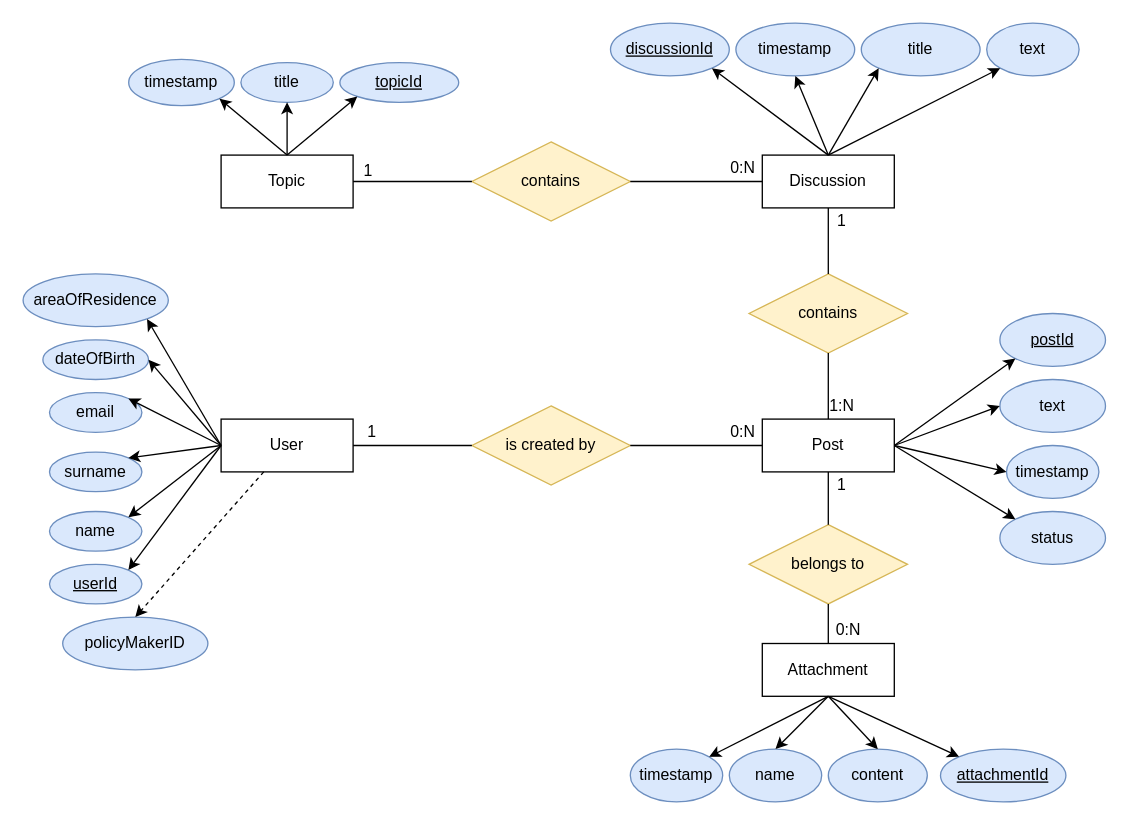
This is page "Forum" (1 of 2) of DD Diagrams/ERDiagram.drawio from matteovisotto/SE2-CecchettoSirianiVisotto, a draw.io file, before an edit. Source tidied: cells renumbered, new cells numbered last; positions are measured from the earlier drawing's top-left corner, leaving out a move shared by most shapes. Both pictures are drawn from the tidied source at 132%, with x=0, y=0 at pixel (22, 22).
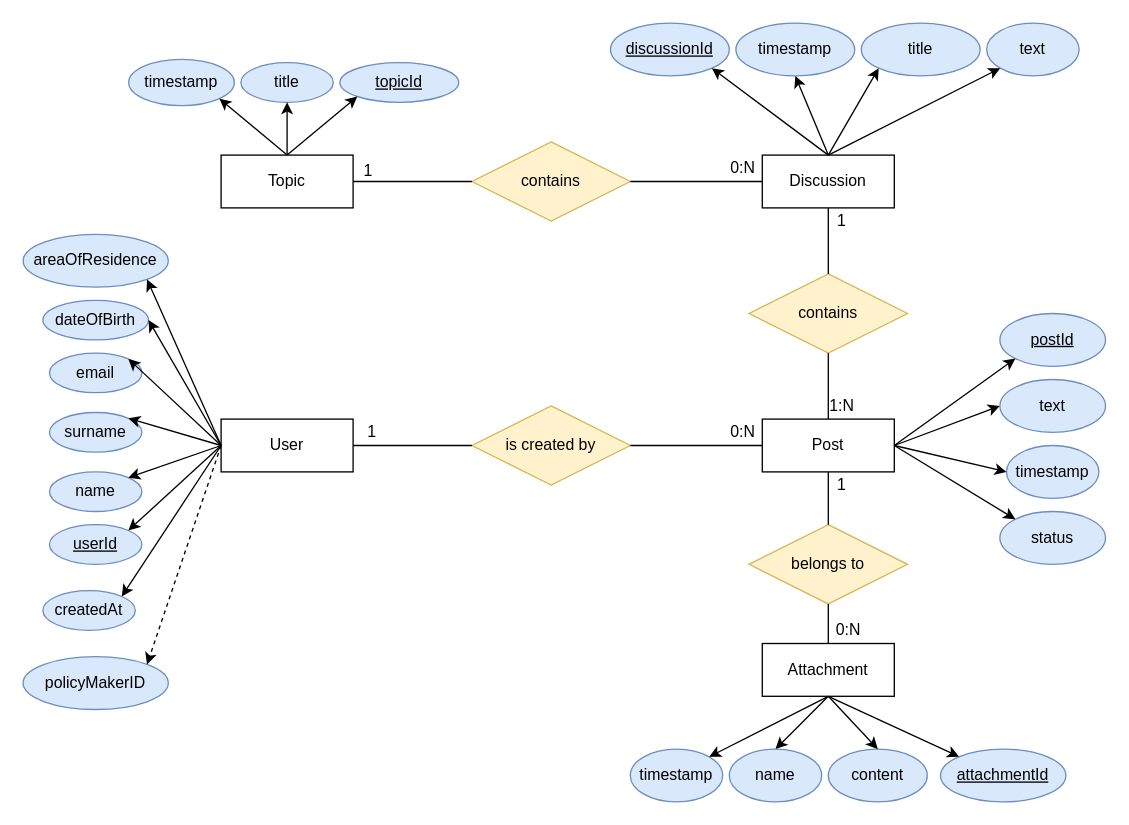
Above is the later version.

Unchanged cells that the change refers to:
```xml
<mxCell id="36" value="User" style="whiteSpace=wrap;html=1;align=center;" parent="1" vertex="1">
  <mxGeometry x="150" y="300" width="100" height="40" as="geometry" />
</mxCell>
```

What changed in the source:
```diff
@@
     <mxCell id="40" value="&lt;u&gt;userId&lt;/u&gt;" style="ellipse;whiteSpace=wrap;html=1;fillColor=#dae8fc;strokeColor=#6c8ebf;" parent="1" vertex="1">
-      <mxGeometry x="20" y="410" width="70" height="30" as="geometry" />
+      <mxGeometry x="20" y="380" width="70" height="30" as="geometry" />
     </mxCell>
     <mxCell id="41" value="name" style="ellipse;whiteSpace=wrap;html=1;fillColor=#dae8fc;strokeColor=#6c8ebf;" parent="1" vertex="1">
-      <mxGeometry x="20" y="370" width="70" height="30" as="geometry" />
+      <mxGeometry x="20" y="340" width="70" height="30" as="geometry" />
     </mxCell>
     <mxCell id="42" value="surname" style="ellipse;whiteSpace=wrap;html=1;fillColor=#dae8fc;strokeColor=#6c8ebf;" parent="1" vertex="1">
-      <mxGeometry x="20" y="325" width="70" height="30" as="geometry" />
+      <mxGeometry x="20" y="295" width="70" height="30" as="geometry" />
     </mxCell>
     <mxCell id="43" value="email" style="ellipse;whiteSpace=wrap;html=1;fillColor=#dae8fc;strokeColor=#6c8ebf;" parent="1" vertex="1">
-      <mxGeometry x="20" y="280" width="70" height="30" as="geometry" />
+      <mxGeometry x="20" y="250" width="70" height="30" as="geometry" />
     </mxCell>
     <mxCell id="44" value="dateOfBirth" style="ellipse;whiteSpace=wrap;html=1;fillColor=#dae8fc;strokeColor=#6c8ebf;" parent="1" vertex="1">
-      <mxGeometry x="15" y="240" width="80" height="30" as="geometry" />
+      <mxGeometry x="15" y="210" width="80" height="30" as="geometry" />
     </mxCell>
     <mxCell id="45" value="areaOfResidence" style="ellipse;whiteSpace=wrap;html=1;fillColor=#dae8fc;strokeColor=#6c8ebf;" parent="1" vertex="1">
-      <mxGeometry y="190" width="110" height="40" as="geometry" />
+      <mxGeometry y="160" width="110" height="40" as="geometry" />
     </mxCell>
@@
     <mxCell id="52" value="policyMakerID" style="ellipse;whiteSpace=wrap;html=1;fillColor=#dae8fc;strokeColor=#6c8ebf;" parent="1" vertex="1">
-      <mxGeometry x="30" y="450" width="110" height="40" as="geometry" />
+      <mxGeometry y="480" width="110" height="40" as="geometry" />
     </mxCell>
-    <mxCell id="53" style="endArrow=classic;html=1;rounded=0;entryX=0.5;entryY=0;entryDx=0;entryDy=0;dashed=1;" parent="1" edge="1" source="36" target="52">
+    <mxCell id="53" style="endArrow=classic;html=1;rounded=0;dashed=1;exitX=0;exitY=0.5;exitDx=0;exitDy=0;entryX=1;entryY=0;entryDx=0;entryDy=0;" parent="1" edge="1" source="36" target="52">
       <mxGeometry relative="1" as="geometry" />
     </mxCell>
@@
+    <mxCell id="71" value="createdAt" style="ellipse;whiteSpace=wrap;html=1;fillColor=#dae8fc;strokeColor=#6c8ebf;" parent="1" vertex="1">
+      <mxGeometry x="15" y="430" width="70" height="30" as="geometry" />
+    </mxCell>
+    <mxCell id="72" style="endArrow=classic;html=1;rounded=0;exitX=0;exitY=0.5;exitDx=0;exitDy=0;entryX=1;entryY=0;entryDx=0;entryDy=0;" parent="1" edge="1" source="36" target="71">
+      <mxGeometry relative="1" as="geometry" />
+    </mxCell>
```
